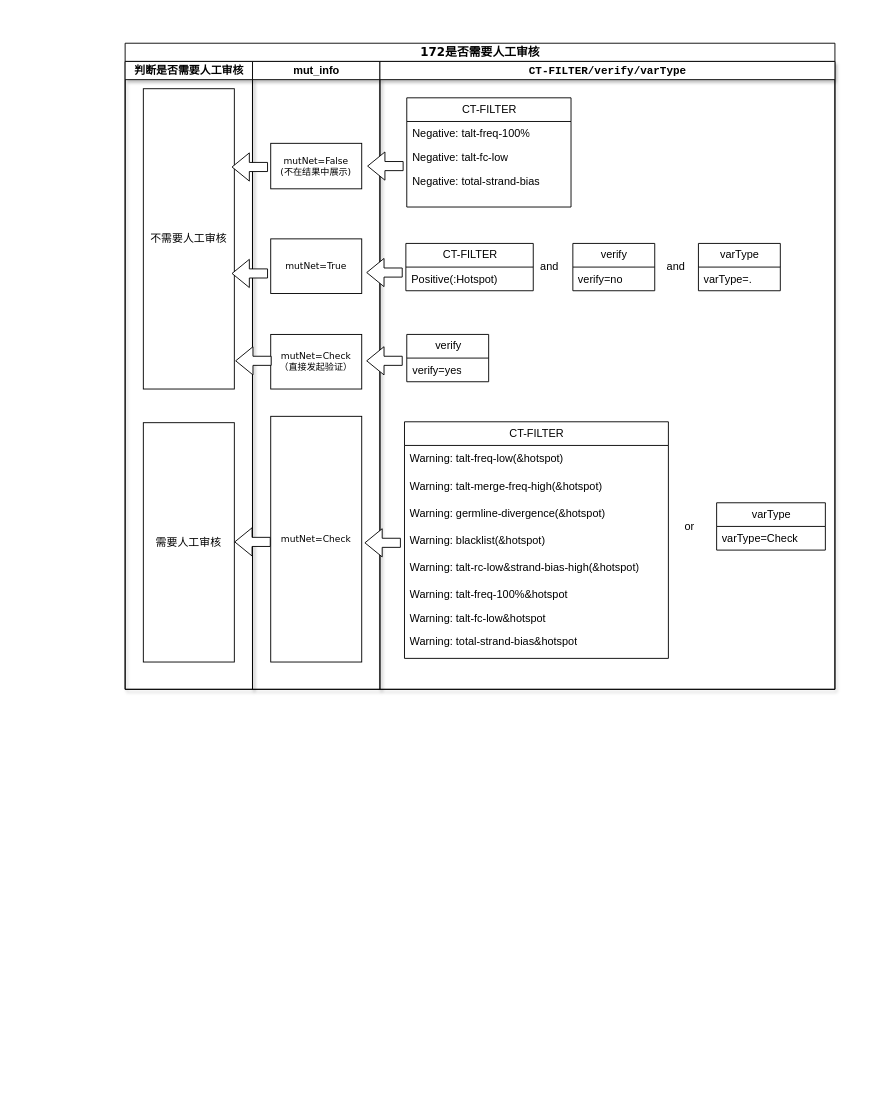
dingtian-genetronhealth/diagrams-genetron keeps this draw.io diagram as 172-0307 的副本.drawio. Above is the earlier version. Source tidied: cells renumbered, new cells numbered last; positions are measured from the earlier drawing's top-left corner, leaving out a move shared by most shapes. Both pictures are drawn from the tidied source at 91%, with x=0, y=0 at pixel (125, 43).
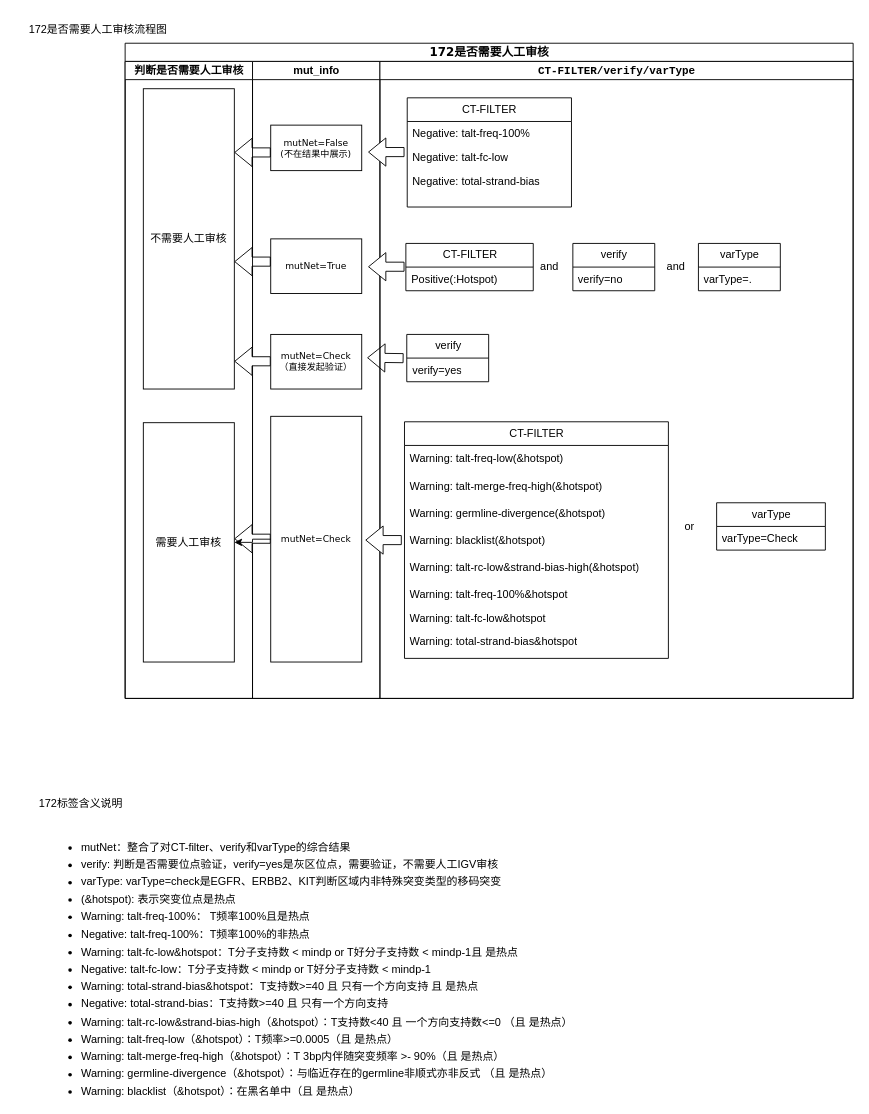
Above is the later version.

Commit message:
更新172-0307 的副本.drawio

The edit, as a diff of the source:
```diff
@@
     <mxCell id="2" value="&lt;font style=&quot;font-size: 13px;&quot;&gt;172是否需要人工审核&lt;/font&gt;" style="swimlane;html=1;startSize=20;rounded=0;shadow=0;labelBackgroundColor=none;strokeWidth=1;fontFamily=Verdana;fontSize=8;align=center;" parent="1" vertex="1">
-      <mxGeometry width="780" height="710" as="geometry" />
+      <mxGeometry width="800" height="720" as="geometry" />
     </mxCell>
-    <mxCell id="3" value="判断是否需要人工审核" style="swimlane;html=1;startSize=20;shadow=1;" parent="2" vertex="1">
-      <mxGeometry y="20" width="140" height="690" as="geometry" />
+    <mxCell id="3" value="判断是否需要人工审核" style="swimlane;html=1;startSize=20;shadow=0;" parent="2" vertex="1">
+      <mxGeometry y="20" width="140" height="700" as="geometry" />
     </mxCell>
@@
-    <mxCell id="5" value="需要人工审核" style="rounded=0;whiteSpace=wrap;html=1;shadow=0;labelBackgroundColor=none;strokeWidth=1;fontFamily=Verdana;fontSize=12;align=center;fillColor=none;glass=1;" parent="3" vertex="1">
+    <mxCell id="5" value="需要人工审核" style="rounded=0;whiteSpace=wrap;html=1;shadow=0;labelBackgroundColor=none;strokeWidth=1;fontFamily=Verdana;fontSize=12;align=center;glass=1;fillColor=none;" parent="3" vertex="1">
       <mxGeometry x="20" y="397" width="100" height="263" as="geometry" />
     </mxCell>
+    <mxCell id="45" style="shape=flexArrow;endArrow=classic;html=1;rounded=0;fillColor=default;" parent="3" edge="1">
+      <mxGeometry relative="1" as="geometry">
+        <mxPoint x="160" y="220" as="sourcePoint" />
+        <mxPoint x="120" y="220" as="targetPoint" />
+      </mxGeometry>
+    </mxCell>
+    <mxCell id="44" style="shape=flexArrow;endArrow=classic;html=1;rounded=0;fillColor=default;" parent="3" edge="1">
+      <mxGeometry relative="1" as="geometry">
+        <mxPoint x="160" y="100" as="sourcePoint" />
+        <mxPoint x="120" y="100" as="targetPoint" />
+      </mxGeometry>
+    </mxCell>
-    <mxCell id="6" value="mut_info" style="swimlane;html=1;startSize=20;shadow=1;" parent="2" vertex="1">
-      <mxGeometry x="140" y="20" width="140" height="690" as="geometry" />
+    <mxCell id="6" value="mut_info" style="swimlane;html=1;startSize=20;shadow=0;" parent="2" vertex="1">
+      <mxGeometry x="140" y="20" width="140" height="700" as="geometry" />
     </mxCell>
-    <mxCell id="7" value="mutNet=True" style="rounded=0;whiteSpace=wrap;html=1;shadow=0;labelBackgroundColor=none;strokeWidth=1;fontFamily=Verdana;fontSize=10;align=center;fillColor=none;glass=1;" parent="6" vertex="1">
+    <mxCell id="7" value="mutNet=True" style="rounded=0;whiteSpace=wrap;html=1;shadow=0;labelBackgroundColor=none;strokeWidth=1;fontFamily=Verdana;fontSize=10;align=center;glass=1;fillStyle=auto;fillColor=none;" parent="6" vertex="1">
       <mxGeometry x="20" y="195" width="100" height="60" as="geometry" />
     </mxCell>
-    <mxCell id="8" value="mutNet=Check" style="rounded=0;whiteSpace=wrap;html=1;shadow=0;labelBackgroundColor=none;strokeWidth=1;fontFamily=Verdana;fontSize=10;align=center;fillColor=none;glass=1;" parent="6" vertex="1">
+    <mxCell id="8" value="mutNet=Check" style="rounded=0;whiteSpace=wrap;html=1;shadow=0;labelBackgroundColor=none;strokeWidth=1;fontFamily=Verdana;fontSize=10;align=center;glass=1;fillStyle=auto;fillColor=none;" parent="6" vertex="1">
       <mxGeometry x="20" y="390" width="100" height="270" as="geometry" />
     </mxCell>
-    <mxCell id="9" value="mutNet=False&lt;br&gt;(不在结果中展示)" style="rounded=0;whiteSpace=wrap;html=1;shadow=0;labelBackgroundColor=none;strokeWidth=1;fontFamily=Verdana;fontSize=10;align=center;strokeColor=default;fillColor=none;glass=1;" parent="6" vertex="1">
-      <mxGeometry x="20" y="90" width="100" height="50" as="geometry" />
+    <mxCell id="9" value="mutNet=False&lt;br&gt;(不在结果中展示)" style="rounded=0;whiteSpace=wrap;html=1;shadow=0;labelBackgroundColor=none;strokeWidth=1;fontFamily=Verdana;fontSize=10;align=center;glass=1;fillStyle=auto;fillColor=none;" parent="6" vertex="1">
+      <mxGeometry x="20" y="70" width="100" height="50" as="geometry" />
     </mxCell>
-    <mxCell id="10" value="mutNet=Check&lt;br&gt;（直接发起验证）" style="rounded=0;whiteSpace=wrap;html=1;shadow=0;labelBackgroundColor=none;strokeWidth=1;fontFamily=Verdana;fontSize=10;align=center;fillColor=none;glass=1;" parent="6" vertex="1">
+    <mxCell id="10" value="mutNet=Check&lt;br&gt;（直接发起验证）" style="rounded=0;whiteSpace=wrap;html=1;shadow=0;labelBackgroundColor=none;strokeWidth=1;fontFamily=Verdana;fontSize=10;align=center;glass=1;fillStyle=auto;fillColor=none;" parent="6" vertex="1">
       <mxGeometry x="20" y="300" width="100" height="60" as="geometry" />
     </mxCell>
+    <mxCell id="46" style="shape=flexArrow;endArrow=classic;html=1;rounded=0;fillColor=default;" parent="6" edge="1">
+      <mxGeometry relative="1" as="geometry">
+        <mxPoint x="20" y="524.5" as="sourcePoint" />
+        <mxPoint x="-20" y="524.5" as="targetPoint" />
+      </mxGeometry>
+    </mxCell>
+    <mxCell id="41" style="shape=flexArrow;endArrow=classic;html=1;rounded=0;fillColor=default;" parent="6" edge="1">
+      <mxGeometry relative="1" as="geometry">
+        <mxPoint x="20" y="329.5" as="sourcePoint" />
+        <mxPoint x="-20" y="329.5" as="targetPoint" />
+      </mxGeometry>
+    </mxCell>
-    <mxCell id="11" value="&lt;code&gt;&lt;b&gt;CT-FILTER/verify/varType&lt;/b&gt;&lt;/code&gt;" style="swimlane;html=1;startSize=20;fontStyle=0;shadow=1;" parent="2" vertex="1">
-      <mxGeometry x="280" y="20" width="500" height="690" as="geometry" />
+    <mxCell id="11" value="&lt;code&gt;&lt;b&gt;CT-FILTER/verify/varType&lt;/b&gt;&lt;/code&gt;" style="swimlane;html=1;startSize=20;fontStyle=0;shadow=0;" parent="2" vertex="1">
+      <mxGeometry x="280" y="20" width="520" height="700" as="geometry" />
     </mxCell>
     <mxCell id="12" value="CT-FILTER" style="swimlane;fontStyle=0;horizontal=1;startSize=26;fillColor=none;html=1;" parent="11" vertex="1">
-      <mxGeometry x="29.5" y="40" width="180.5" height="120" as="geometry" />
+      <mxGeometry x="30" y="40" width="180.5" height="120" as="geometry" />
     </mxCell>
@@
-    <mxCell id="24" value="CT-FILTER" style="swimlane;fontStyle=0;horizontal=1;startSize=26;fillColor=none;html=1;strokeColor=default;" parent="11" vertex="1">
+    <mxCell id="24" value="CT-FILTER" style="swimlane;fontStyle=0;horizontal=1;startSize=26;fillColor=none;html=1;" parent="11" vertex="1">
       <mxGeometry x="27" y="396" width="290" height="260" as="geometry" />
     </mxCell>
-    <mxCell id="25" value="Warning:&amp;nbsp;talt-freq-low(&amp;amp;hotspot)" style="text;strokeColor=none;fillColor=none;align=left;verticalAlign=middle;spacingLeft=4;spacingRight=4;overflow=hidden;whiteSpace=wrap;html=1;" parent="24" vertex="1">
+    <mxCell id="25" value="Warning:&amp;nbsp;talt-freq-low(&amp;amp;hotspot)" style="text;fillColor=none;align=left;verticalAlign=middle;spacingLeft=4;spacingRight=4;overflow=hidden;whiteSpace=wrap;html=1;" parent="24" vertex="1">
       <mxGeometry y="26" width="290" height="30" as="geometry" />
     </mxCell>
@@
-    <mxCell id="39" style="shape=flexArrow;endArrow=classic;html=1;rounded=0;fillColor=default;" parent="1" edge="1">
-      <mxGeometry relative="1" as="geometry">
-        <mxPoint x="305" y="349" as="sourcePoint" />
-        <mxPoint x="265" y="349" as="targetPoint" />
-      </mxGeometry>
-    </mxCell>
-    <mxCell id="40" style="shape=flexArrow;endArrow=classic;html=1;rounded=0;fillColor=default;" parent="1" edge="1">
-      <mxGeometry relative="1" as="geometry">
-        <mxPoint x="306" y="135" as="sourcePoint" />
-        <mxPoint x="266" y="135" as="targetPoint" />
-      </mxGeometry>
-    </mxCell>
-    <mxCell id="41" style="shape=flexArrow;endArrow=classic;html=1;rounded=0;fillColor=default;" parent="1" edge="1">
-      <mxGeometry relative="1" as="geometry">
-        <mxPoint x="161" y="349" as="sourcePoint" />
-        <mxPoint x="121" y="349" as="targetPoint" />
-      </mxGeometry>
-    </mxCell>
-    <mxCell id="42" style="shape=flexArrow;endArrow=classic;html=1;rounded=0;fillColor=default;" parent="1" edge="1">
+    <mxCell id="42" style="shape=flexArrow;endArrow=classic;html=1;rounded=0;fillColor=default;" parent="11" edge="1">
       <mxGeometry relative="1" as="geometry">
-        <mxPoint x="303" y="549" as="sourcePoint" />
-        <mxPoint x="263" y="549" as="targetPoint" />
+        <mxPoint x="24" y="526" as="sourcePoint" />
+        <mxPoint x="-16" y="526" as="targetPoint" />
       </mxGeometry>
     </mxCell>
-    <mxCell id="43" style="shape=flexArrow;endArrow=classic;html=1;rounded=0;fillColor=default;" parent="1" edge="1">
+    <mxCell id="43" style="shape=flexArrow;endArrow=classic;html=1;rounded=0;fillColor=default;" parent="11" edge="1">
       <mxGeometry relative="1" as="geometry">
-        <mxPoint x="305" y="252" as="sourcePoint" />
-        <mxPoint x="265" y="252" as="targetPoint" />
+        <mxPoint x="27" y="225.6" as="sourcePoint" />
+        <mxPoint x="-13" y="225.6" as="targetPoint" />
       </mxGeometry>
     </mxCell>
-    <mxCell id="44" style="shape=flexArrow;endArrow=classic;html=1;rounded=0;fillColor=default;" parent="1" edge="1">
-      <mxGeometry relative="1" as="geometry">
-        <mxPoint x="157" y="136" as="sourcePoint" />
-        <mxPoint x="117" y="136" as="targetPoint" />
-      </mxGeometry>
-    </mxCell>
-    <mxCell id="45" style="shape=flexArrow;endArrow=classic;html=1;rounded=0;fillColor=default;" parent="1" edge="1">
-      <mxGeometry relative="1" as="geometry">
-        <mxPoint x="157" y="253" as="sourcePoint" />
-        <mxPoint x="117" y="253" as="targetPoint" />
-      </mxGeometry>
-    </mxCell>
-    <mxCell id="46" style="shape=flexArrow;endArrow=classic;html=1;rounded=0;fillColor=default;" parent="1" edge="1">
-      <mxGeometry relative="1" as="geometry">
-        <mxPoint x="160" y="548" as="sourcePoint" />
-        <mxPoint x="120" y="548" as="targetPoint" />
-      </mxGeometry>
-    </mxCell>
+    <mxCell id="40" style="shape=flexArrow;endArrow=classic;html=1;rounded=0;fillColor=default;" parent="11" edge="1">
+      <mxGeometry relative="1" as="geometry">
+        <mxPoint x="27" y="99.6" as="sourcePoint" />
+        <mxPoint x="-13" y="99.6" as="targetPoint" />
+      </mxGeometry>
+    </mxCell>
+    <mxCell id="39" style="shape=flexArrow;endArrow=classic;html=1;rounded=0;" parent="11" edge="1">
+      <mxGeometry relative="1" as="geometry">
+        <mxPoint x="26" y="326.1" as="sourcePoint" />
+        <mxPoint x="-14" y="325.6" as="targetPoint" />
+      </mxGeometry>
+    </mxCell>
+    <mxCell id="47" style="edgeStyle=orthogonalEdgeStyle;rounded=0;jettySize=auto;html=1;" parent="2" edge="1" source="8" target="5">
+      <mxGeometry relative="1" as="geometry" />
+    </mxCell>
+    <mxCell id="48" value="172是否需要人工审核流程图" style="text;html=1;align=center;verticalAlign=middle;strokeColor=none;fillColor=none;" parent="1" vertex="1">
+      <mxGeometry x="-120" y="-30" width="180" height="30" as="geometry" />
+    </mxCell>
+    <mxCell id="49" value="172标签含义说明" style="text;html=1;align=center;verticalAlign=middle;strokeColor=none;fillColor=none;" parent="1" vertex="1">
+      <mxGeometry x="-109" y="821" width="120" height="30" as="geometry" />
+    </mxCell>
+    <mxCell id="50" value="&lt;ul style=&quot;line-height: 160%;&quot;&gt;&lt;li&gt;mutNet：整合了对CT-filter、verify和varType的综合结果&lt;/li&gt;&lt;li&gt;verify: 判断是否需要位点验证，verify=yes是灰区位点，需要验证，不需要人工IGV审核&lt;/li&gt;&lt;li&gt;varType: varType=check是EGFR、ERBB2、KIT判断区域内非特殊突变类型的移码突变&lt;/li&gt;&lt;li&gt;(&amp;amp;hotspot): 表示突变位点是热点&lt;br&gt;&lt;/li&gt;&lt;li&gt;Warning:&amp;nbsp;talt-freq-100%： T频率100%且是热点&lt;br&gt;&lt;/li&gt;&lt;li&gt;Negative:&amp;nbsp;talt-freq-100%：T频率100%的非热点&lt;br&gt;&lt;/li&gt;&lt;li&gt;Warning: talt-fc-low&amp;amp;hotspot：T分子支持数 &amp;lt; mindp or T好分子支持数 &amp;lt; mindp-1且 是热点&lt;br&gt;&lt;/li&gt;&lt;li&gt;Negative:&amp;nbsp;talt-fc-low：T分子支持数 &amp;lt; mindp or T好分子支持数 &amp;lt; mindp-1&lt;br&gt;&lt;/li&gt;&lt;li&gt;Warning:&amp;nbsp;total-strand-bias&amp;amp;hotspot：T支持数&amp;gt;=40 且 只有一个方向支持 且 是热点&lt;br&gt;&lt;/li&gt;&lt;li&gt;Negative:&amp;nbsp;total-strand-bias：T支持数&amp;gt;=40 且 只有一个方向支持&lt;br&gt;&lt;/li&gt;&lt;li&gt;Warning:&amp;nbsp;talt-rc-low&amp;amp;strand-bias-high（&amp;amp;hotspot）：T支持数&amp;lt;40 且 一个方向支持数&amp;lt;=0 （且 是热点）&lt;br&gt;&lt;/li&gt;&lt;li&gt;Warning:&amp;nbsp;talt-freq-low（&amp;amp;hotspot）：T频率&amp;gt;=0.0005（且 是热点）&lt;br&gt;&lt;/li&gt;&lt;li&gt;Warning:&amp;nbsp;talt-merge-freq-high（&amp;amp;hotspot）：T 3bp内伴随突变频率 &amp;gt;- 90%（且 是热点）&lt;br&gt;&lt;/li&gt;&lt;li&gt;Warning:&amp;nbsp;germline-divergence（&amp;amp;hotspot）：与临近存在的germline非顺式亦非反式 （且 是热点）&lt;br&gt;&lt;/li&gt;&lt;li&gt;Warning:&amp;nbsp;blacklist（&amp;amp;hotspot）：在黑名单中（且 是热点）&lt;br&gt;&lt;/li&gt;&lt;/ul&gt;" style="text;strokeColor=none;fillColor=none;html=1;whiteSpace=wrap;verticalAlign=middle;overflow=hidden;" parent="1" vertex="1">
+      <mxGeometry x="-90" y="860" width="810" height="300" as="geometry" />
+    </mxCell>
```
